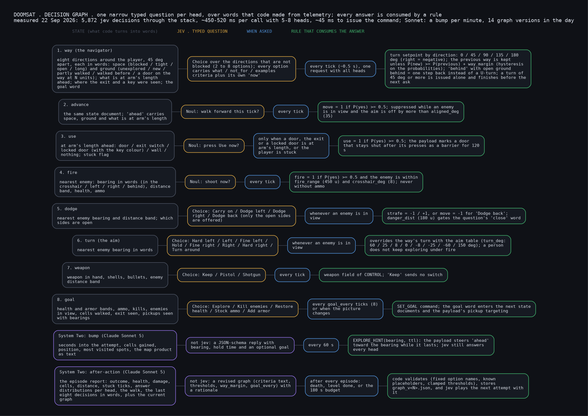
Above: docs/diagrams/decision_graph.png in Devonance/DoomSat (Graphviz), before the change. Its source is kept beside it as docs/diagrams/decision_graph.dot. Source of this version:
```dot
digraph G {
  graph [bgcolor="#0f1116", fontname="DejaVu Sans Mono", fontcolor="#d8dde6", labelloc=t, labeljust=l, nodesep=0.35, ranksep=0.25, pad=0.4,
         label="DOOMSAT . DECISION GRAPH . one narrow typed question per head, over words that code made from telemetry; every answer is consumed by a rule\lmeasured 22 Sep 2026: 5,872 jev decisions through the stack, ~450-520 ms per call with 5-8 heads, ~45 ms to issue the command; Sonnet: a bump per minute, 14 graph versions in the day\l"];
  node [shape=box, style="rounded,filled", fillcolor="#161a22", fontname="DejaVu Sans Mono", fontsize=11, fontcolor="#d8dde6", penwidth=1.4, margin="0.18,0.12"];
  edge [color="#4a5160", arrowhead=none, penwidth=1.0];
  { rank=same; h0 [shape=plaintext, fillcolor="#0f1116", fontcolor="#4a5160", label="STATE (what code turns into words)"]; h1 [shape=plaintext, fillcolor="#0f1116", fontcolor="#d9a441", label="JEV . TYPED QUESTION"]; h2 [shape=plaintext, fillcolor="#0f1116", fontcolor="#4f8fd6", label="WHEN ASKED"]; h3 [shape=plaintext, fillcolor="#0f1116", fontcolor="#3fae6a", label="RULE THAT CONSUMES THE ANSWER"] }
  h0 -> h1 -> h2 -> h3 [style=invis];
  r0c0 [label="1. way (the navigator)\l\leight directions around the player, 45 deg\lapart, each in words: space (blocked / tight /\lopen / long) and ground (unexplored / new /\lpartly walked / walked before / a door on the\lway at N units); what is at arm's length\lahead; where the exit and a key were seen; the\lgoal word\l", color="#4a5160"];
  r0c1 [label="Choice over the directions that are not\lblocked (2 to 8 options); every option\lcarries what / not_for / examples\lcriteria plus its own 'now'\l", color="#d9a441"];
  r0c2 [label="every tick (~0.5 s), one\lrequest with all heads\l", color="#4f8fd6"];
  r0c3 [label="turn setpoint by direction: 0 / 45 / 90 / 135 / 180\ldeg (right = negative); the previous way is kept\lunless P(new) >= P(previous) + way_margin (hysteresis\lon the probabilities); 'behind' with open ground\lbehind = one step back instead of a U-turn; a turn of\l45 deg or more is issued alone and finishes before the\lnext ask\l", color="#3fae6a"];
  { rank=same; r0c0; r0c1; r0c2; r0c3 }
  r0c0 -> r0c1 -> r0c2 -> r0c3;
  h0 -> r0c0 [style=invis];
  r1c0 [label="2. advance\l\lthe same state document; 'ahead' carries\lspace, ground and what is at arm's length\l", color="#4a5160"];
  r1c1 [label="Noul: walk forward this tick?\l", color="#d9a441"];
  r1c2 [label="every tick\l", color="#4f8fd6"];
  r1c3 [label="move = 1 if P(yes) >= 0.5; suppressed while an enemy\lis in view and the aim is off by more than aligned_deg\l(35)\l", color="#3fae6a"];
  { rank=same; r1c0; r1c1; r1c2; r1c3 }
  r1c0 -> r1c1 -> r1c2 -> r1c3;
  r0c0 -> r1c0 [style=invis];
  r2c0 [label="3. use\l\lat arm's length ahead: door / exit switch /\llocked door (with the key colour) / wall /\lnothing; stuck flag\l", color="#4a5160"];
  r2c1 [label="Noul: press Use now?\l", color="#d9a441"];
  r2c2 [label="only when a door, the exit\lor a locked door is at\larm's length, or the\lplayer is stuck\l", color="#4f8fd6"];
  r2c3 [label="use = 1 if P(yes) >= 0.5; the payload marks a door\lthat stays shut after its presses as a barrier for 120\ls\l", color="#3fae6a"];
  { rank=same; r2c0; r2c1; r2c2; r2c3 }
  r2c0 -> r2c1 -> r2c2 -> r2c3;
  r1c0 -> r2c0 [style=invis];
  r3c0 [label="4. fire\l\lnearest enemy: bearing in words (in the\lcrosshair / left / right / behind), distance\lband, health, ammo\l", color="#4a5160"];
  r3c1 [label="Noul: shoot now?\l", color="#d9a441"];
  r3c2 [label="every tick\l", color="#4f8fd6"];
  r3c3 [label="fire = 1 if P(yes) >= 0.5 and the enemy is within\lfire_range (450 u) and crosshair_deg (8); never\lwithout ammo\l", color="#3fae6a"];
  { rank=same; r3c0; r3c1; r3c2; r3c3 }
  r3c0 -> r3c1 -> r3c2 -> r3c3;
  r2c0 -> r3c0 [style=invis];
  r4c0 [label="5. dodge\l\lnearest enemy bearing and distance band; which\lsides are open\l", color="#4a5160"];
  r4c1 [label="Choice: Carry on / Dodge left / Dodge\lright / Dodge back (only the open sides\lare offered)\l", color="#d9a441"];
  r4c2 [label="whenever an enemy is in\lview\l", color="#4f8fd6"];
  r4c3 [label="strafe = -1 / +1, or move = -1 for 'Dodge back';\ldanger_dist (180 u) gates the question's 'close' word\l", color="#3fae6a"];
  { rank=same; r4c0; r4c1; r4c2; r4c3 }
  r4c0 -> r4c1 -> r4c2 -> r4c3;
  r3c0 -> r4c0 [style=invis];
  r5c0 [label="6. turn (the aim)\l\lnearest enemy bearing in words\l", color="#4a5160"];
  r5c1 [label="Choice: Hard left / Left / Fine left /\lHold / Fine right / Right / Hard right /\lTurn around\l", color="#d9a441"];
  r5c2 [label="whenever an enemy is in\lview\l", color="#4f8fd6"];
  r5c3 [label="overrides the way's turn with the aim table (turn_deg:\l60 / 25 / 8 / 0 / -8 / -25 / -60 / 150 deg); a person\ldoes not keep exploring under fire\l", color="#3fae6a"];
  { rank=same; r5c0; r5c1; r5c2; r5c3 }
  r5c0 -> r5c1 -> r5c2 -> r5c3;
  r4c0 -> r5c0 [style=invis];
  r6c0 [label="7. weapon\l\lweapon in hand, shells, bullets, enemy\ldistance band\l", color="#4a5160"];
  r6c1 [label="Choice: Keep / Pistol / Shotgun\l", color="#d9a441"];
  r6c2 [label="every tick\l", color="#4f8fd6"];
  r6c3 [label="weapon field of CONTROL; 'Keep' sends no switch\l", color="#3fae6a"];
  { rank=same; r6c0; r6c1; r6c2; r6c3 }
  r6c0 -> r6c1 -> r6c2 -> r6c3;
  r5c0 -> r6c0 [style=invis];
  r7c0 [label="8. goal\l\lhealth and armor bands, ammo, kills, enemies\lin view, cells walked, exit seen, pickups seen\lwith bearings\l", color="#4a5160"];
  r7c1 [label="Choice: Explore / Kill enemies / Restore\lhealth / Stock ammo / Add armor\l", color="#d9a441"];
  r7c2 [label="every goal_every ticks (8)\lor when the picture\lchanges\l", color="#4f8fd6"];
  r7c3 [label="SET_GOAL command; the goal word enters the next state\ldocuments and the payload's pickup targeting\l", color="#3fae6a"];
  { rank=same; r7c0; r7c1; r7c2; r7c3 }
  r7c0 -> r7c1 -> r7c2 -> r7c3;
  r6c0 -> r7c0 [style=invis];
  r8c0 [label="System Two: bump (Claude Sonnet 5)\l\lseconds into the attempt, cells gained,\lposition, most visited spots, the map product\las text\l", color="#8f6fe0"];
  r8c1 [label="not jev: a JSON-schema reply with\lbearing, hold time and an optional goal\l", color="#8f6fe0"];
  r8c2 [label="every 60 s\l", color="#4f8fd6"];
  r8c3 [label="EXPLORE_HINT(bearing, ttl): the payload steers 'ahead'\ltoward the bearing while it lasts; jev still answers\levery head\l", color="#3fae6a"];
  { rank=same; r8c0; r8c1; r8c2; r8c3 }
  r8c0 -> r8c1 -> r8c2 -> r8c3;
  r7c0 -> r8c0 [style=invis];
  r9c0 [label="System Two: after-action (Claude Sonnet 5)\l\lthe episode report: outcome, health, damage,\lcells, distance, stuck ticks, answer\ldistributions per head, the walk, the last\leight decisions in words, plus the current\lgraph\l", color="#8f6fe0"];
  r9c1 [label="not jev: a revised graph (criteria text,\lthresholds, way_margin, goal_every) with\la rationale\l", color="#8f6fe0"];
  r9c2 [label="after every episode:\ldeath, level done, or the\l180 s budget\l", color="#4f8fd6"];
  r9c3 [label="code validates (fixed option names, known\lplaceholders, clamped thresholds), stores\lgraph_v<N>.json, and jev plays the next attempt with\lit\l", color="#3fae6a"];
  { rank=same; r9c0; r9c1; r9c2; r9c3 }
  r9c0 -> r9c1 -> r9c2 -> r9c3;
  r8c0 -> r9c0 [style=invis];
}
```
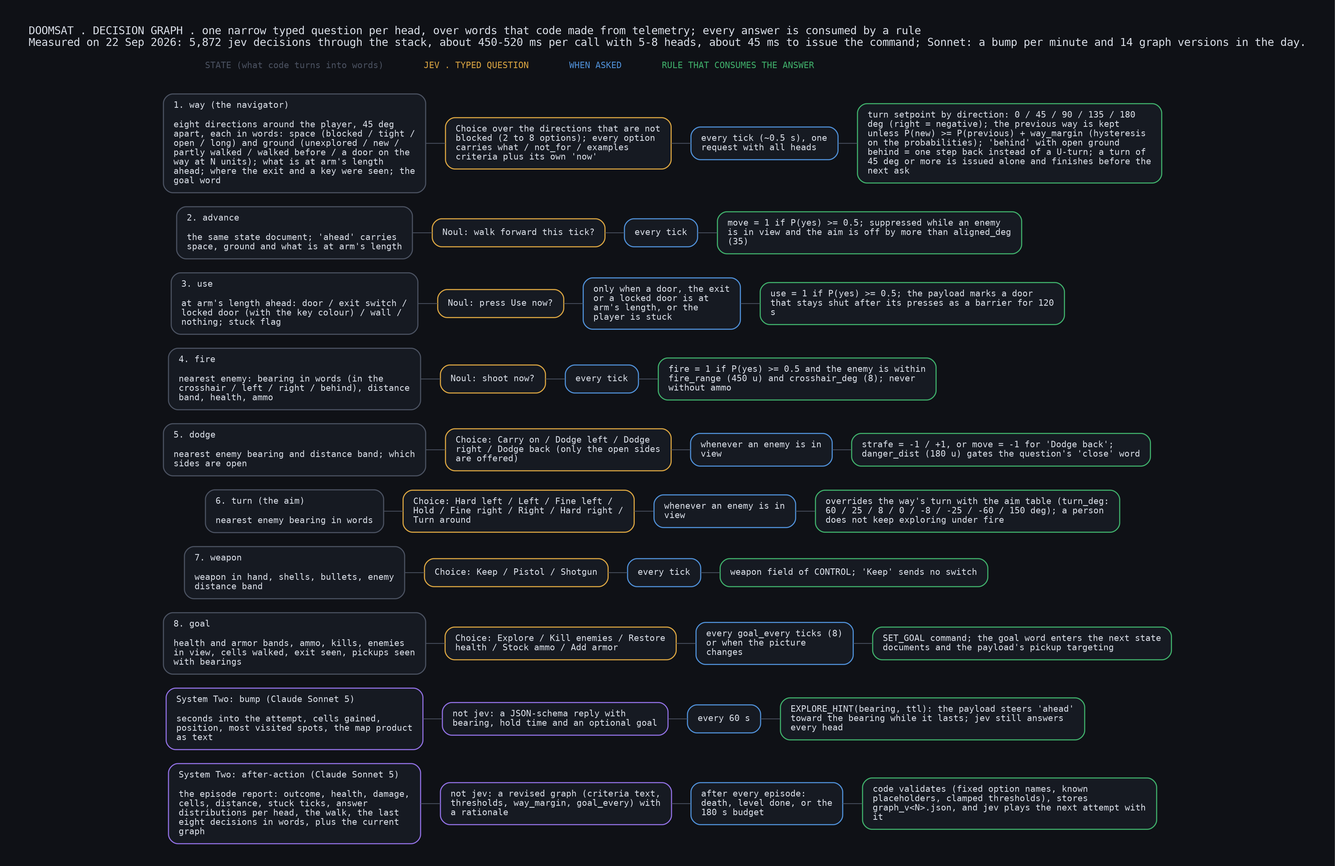
Later version of the same file.

Change to the diagram source:
```diff
@@ -1,6 +1,6 @@
 digraph G {
   graph [bgcolor="#0f1116", fontname="DejaVu Sans Mono", fontcolor="#d8dde6", labelloc=t, labeljust=l, nodesep=0.35, ranksep=0.25, pad=0.4,
-         label="DOOMSAT . DECISION GRAPH . one narrow typed question per head, over words that code made from telemetry; every answer is consumed by a rule\lmeasured 22 Sep 2026: 5,872 jev decisions through the stack, ~450-520 ms per call with 5-8 heads, ~45 ms to issue the command; Sonnet: a bump per minute, 14 graph versions in the day\l"];
+         label="DOOMSAT . DECISION GRAPH . one narrow typed question per head, over words that code made from telemetry; every answer is consumed by a rule\lMeasured on 22 Sep 2026: 5,872 jev decisions through the stack, about 450-520 ms per call with 5-8 heads, about 45 ms to issue the command; Sonnet: a bump per minute and 14 graph versions in the day.\l"];
   node [shape=box, style="rounded,filled", fillcolor="#161a22", fontname="DejaVu Sans Mono", fontsize=11, fontcolor="#d8dde6", penwidth=1.4, margin="0.18,0.12"];
   edge [color="#4a5160", arrowhead=none, penwidth=1.0];
   { rank=same; h0 [shape=plaintext, fillcolor="#0f1116", fontcolor="#4a5160", label="STATE (what code turns into words)"]; h1 [shape=plaintext, fillcolor="#0f1116", fontcolor="#d9a441", label="JEV . TYPED QUESTION"]; h2 [shape=plaintext, fillcolor="#0f1116", fontcolor="#4f8fd6", label="WHEN ASKED"]; h3 [shape=plaintext, fillcolor="#0f1116", fontcolor="#3fae6a", label="RULE THAT CONSUMES THE ANSWER"] }
```
